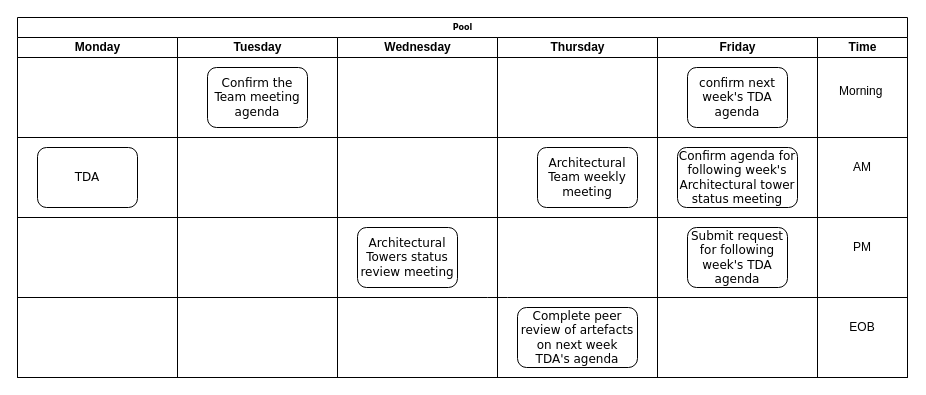
Above: page "Page-2" (2 of 4) of Untitled Diagram.drawio in kamila-wenclowicz/drawio_Gibson (draw.io), before the change. Source tidied: cells renumbered, new cells numbered last; positions are measured from the earlier drawing's top-left corner, leaving out a move shared by most shapes. Both pictures are drawn from the tidied source at 100%, with x=0, y=0 at pixel (17, 17).
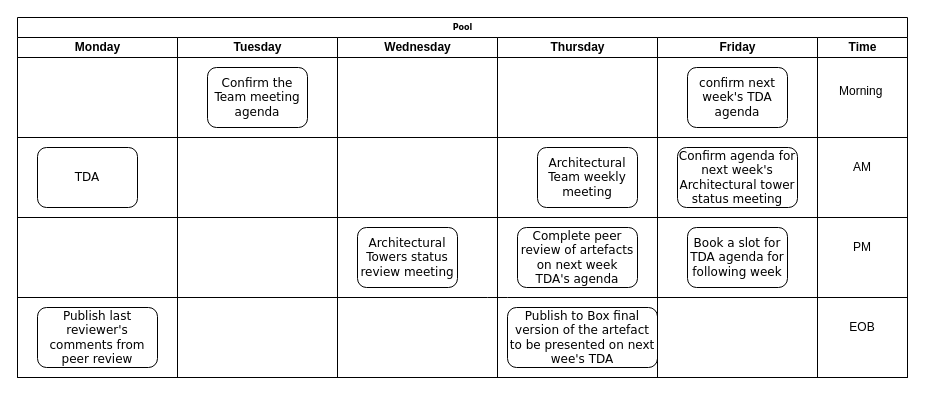
After the change.

The change refers to these unchanged cells:
```xml
<mxCell id="5" value="Monday" style="swimlane;html=1;startSize=20;" parent="4" vertex="1">
  <mxGeometry y="20" width="160" height="340" as="geometry" />
</mxCell>
<mxCell id="13" value="Thursday" style="swimlane;html=1;startSize=20;" parent="4" vertex="1">
  <mxGeometry x="480" y="20" width="160" height="340" as="geometry" />
</mxCell>
<mxCell id="16" value="Friday" style="swimlane;html=1;startSize=20;" parent="4" vertex="1">
  <mxGeometry x="640" y="20" width="160" height="340" as="geometry" />
</mxCell>
```

Diff of the diagram source:
```diff
@@
+    <mxCell id="26" value="&lt;font style=&quot;font-size: 12px&quot;&gt;Publish last reviewer's comments from peer review&lt;br&gt;&lt;/font&gt;" style="rounded=1;whiteSpace=wrap;html=1;shadow=0;labelBackgroundColor=none;strokeWidth=1;fontFamily=Verdana;fontSize=8;align=center;" parent="5" vertex="1">
+      <mxGeometry x="20" y="270" width="120" height="60" as="geometry" />
+    </mxCell>
@@
     <mxCell id="14" value="&lt;font style=&quot;font-size: 12px&quot;&gt;Complete peer review of artefacts on next week TDA's agenda&lt;/font&gt;" style="rounded=1;whiteSpace=wrap;html=1;shadow=0;labelBackgroundColor=none;strokeWidth=1;fontFamily=Verdana;fontSize=8;align=center;" parent="13" vertex="1">
-      <mxGeometry x="20" y="270" width="120" height="60" as="geometry" />
+      <mxGeometry x="20" y="190" width="120" height="60" as="geometry" />
     </mxCell>
@@
+    <mxCell id="27" value="&lt;font style=&quot;font-size: 12px&quot;&gt;Publish to Box final version of the artefact to be presented on next wee's TDA&lt;/font&gt;" style="rounded=1;whiteSpace=wrap;html=1;shadow=0;labelBackgroundColor=none;strokeWidth=1;fontFamily=Verdana;fontSize=8;align=center;" parent="13" vertex="1">
+      <mxGeometry x="10" y="270" width="150" height="60" as="geometry" />
+    </mxCell>
@@
-    <mxCell id="18" value="&lt;font style=&quot;font-size: 12px&quot;&gt;Submit request for following week's TDA agenda&lt;/font&gt;" style="rounded=1;whiteSpace=wrap;html=1;shadow=0;labelBackgroundColor=none;strokeWidth=1;fontFamily=Verdana;fontSize=8;align=center;" parent="16" vertex="1">
+    <mxCell id="18" value="&lt;font style=&quot;font-size: 12px&quot;&gt;Book a slot for TDA agenda for following week&lt;br&gt;&lt;/font&gt;" style="rounded=1;whiteSpace=wrap;html=1;shadow=0;labelBackgroundColor=none;strokeWidth=1;fontFamily=Verdana;fontSize=8;align=center;" parent="16" vertex="1">
       <mxGeometry x="30" y="190" width="100" height="60" as="geometry" />
     </mxCell>
-    <mxCell id="19" value="&lt;font style=&quot;font-size: 12px&quot;&gt;Confirm agenda for following week's Architectural tower status meeting&lt;br&gt;&lt;/font&gt;" style="rounded=1;whiteSpace=wrap;html=1;shadow=0;labelBackgroundColor=none;strokeWidth=1;fontFamily=Verdana;fontSize=8;align=center;" parent="16" vertex="1">
+    <mxCell id="19" value="&lt;font style=&quot;font-size: 12px&quot;&gt;Confirm agenda for next week's Architectural tower status meeting&lt;br&gt;&lt;/font&gt;" style="rounded=1;whiteSpace=wrap;html=1;shadow=0;labelBackgroundColor=none;strokeWidth=1;fontFamily=Verdana;fontSize=8;align=center;" parent="16" vertex="1">
       <mxGeometry x="20" y="110" width="120" height="60" as="geometry" />
     </mxCell>
```
